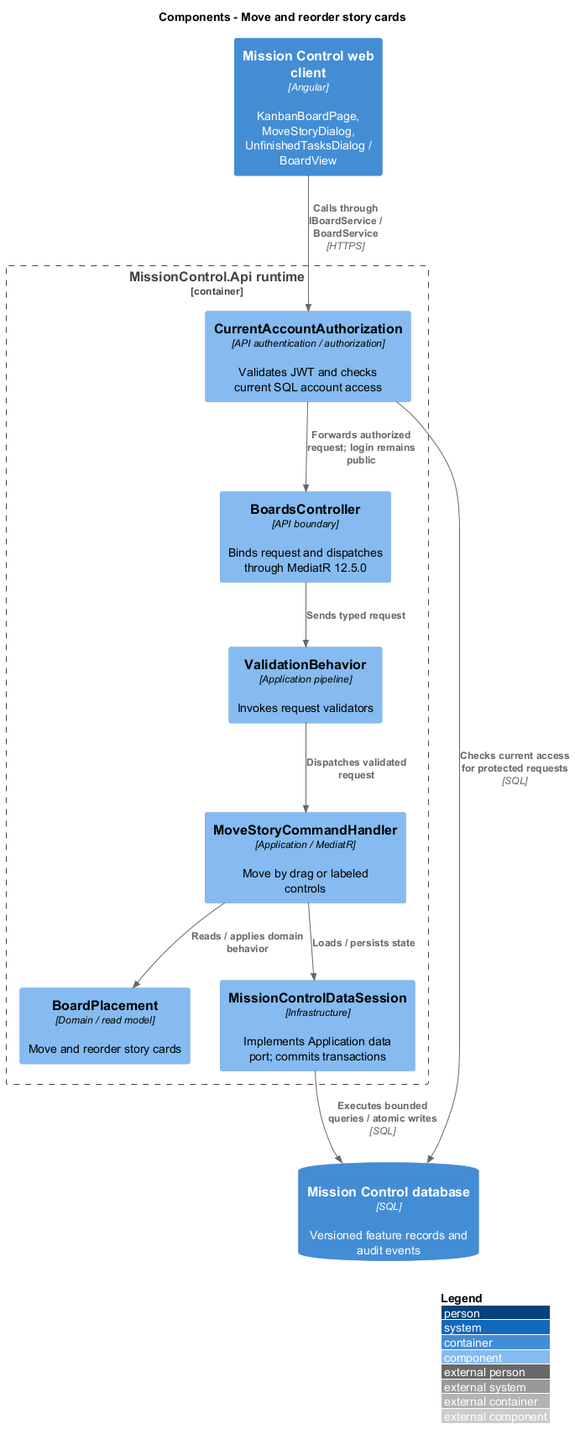
Before: docs/detailed-designs/kanban/move-story-cards/diagrams/c4-component.png, a diagram exported from PlantUML (QuinntyneBrown/mission-control).
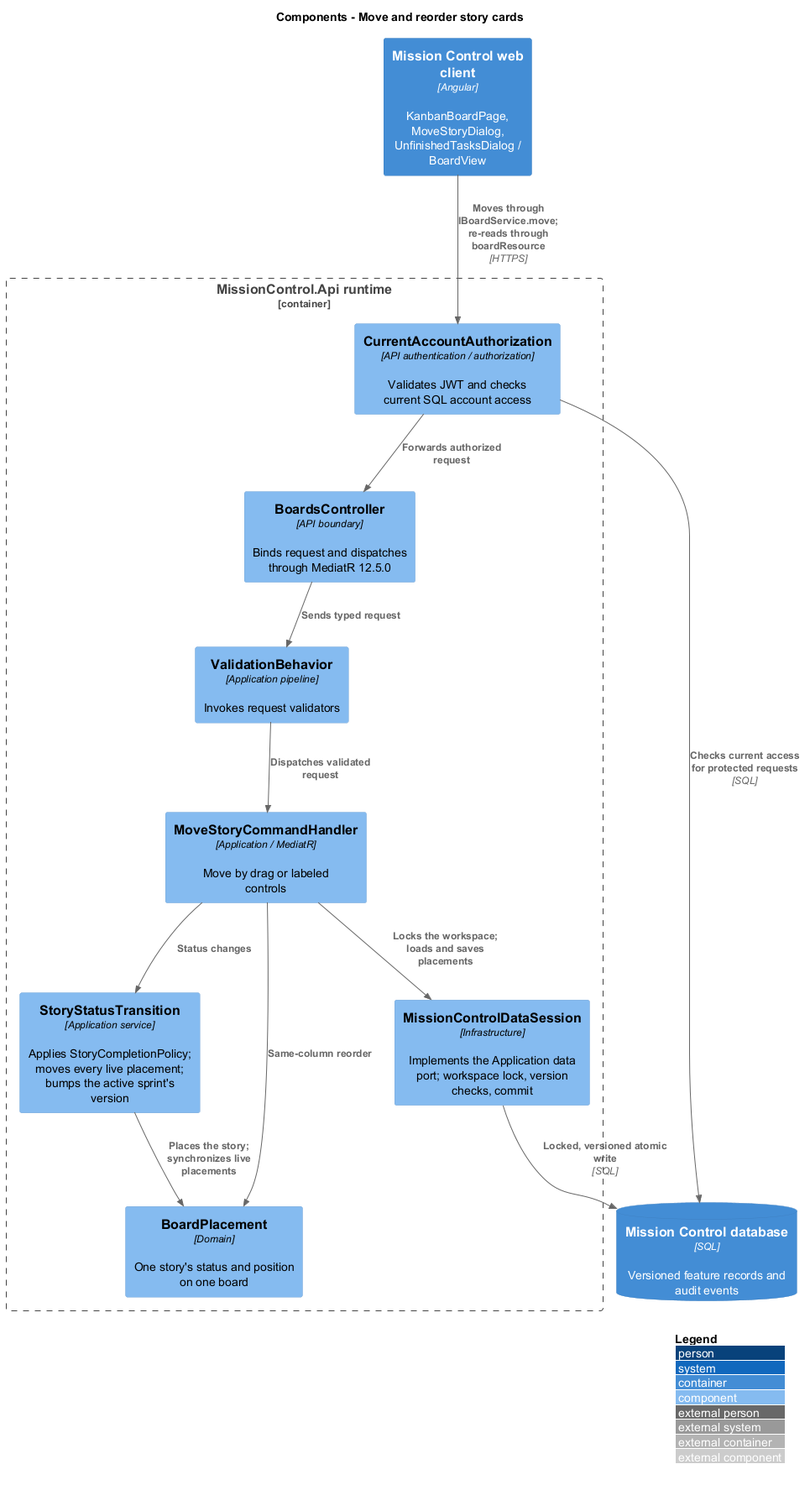
The same diagram one commit later.

Change to the diagram source:
```diff
@@ -8,16 +8,19 @@
   Component(ctrl, "BoardsController", "API boundary", "Binds request and dispatches through MediatR 12.5.0")
   Component(access, "CurrentAccountAuthorization", "API authentication / authorization", "Validates JWT and checks current SQL account access")
   Component(validation, "ValidationBehavior", "Application pipeline", "Invokes request validators")
-  Component(entity, "BoardPlacement", "Domain / read model", "Move and reorder story cards")
-  Component(store, "MissionControlDataSession", "Infrastructure", "Implements Application data port; commits transactions")
-Rel(web, access, "Calls through IBoardService / BoardService", "HTTPS")
+  Component(transition, "StoryStatusTransition", "Application service", "Applies StoryCompletionPolicy; moves every live placement; bumps the active sprint's version")
+  Component(entity, "BoardPlacement", "Domain", "One story's status and position on one board")
+  Component(store, "MissionControlDataSession", "Infrastructure", "Implements the Application data port; workspace lock, version checks, commit")
+Rel(web, access, "Moves through IBoardService.move; re-reads through boardResource", "HTTPS")
 Rel(access, db, "Checks current access for protected requests", "SQL")
-Rel(access, ctrl, "Forwards authorized request; login remains public")
+Rel(access, ctrl, "Forwards authorized request")
 Rel(ctrl, validation, "Sends typed request")
 Component(h0, "MoveStoryCommandHandler", "Application / MediatR", "Move by drag or labeled controls")
 Rel(validation, h0, "Dispatches validated request")
-Rel(h0, entity, "Reads / applies domain behavior")
-Rel(h0, store, "Loads / persists state")
+Rel(h0, transition, "Status changes")
+Rel(h0, entity, "Same-column reorder")
+Rel(transition, entity, "Places the story; synchronizes live placements")
+Rel(h0, store, "Locks the workspace; loads and saves placements")
 }
-Rel(store, db, "Executes bounded queries / atomic writes", "SQL")
+Rel(store, db, "Locked, versioned atomic write", "SQL")
 @enduml
```
